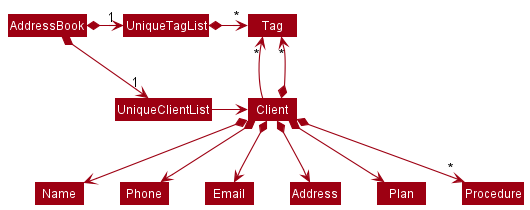
This is docs/images/BetterModelClassDiagram.png from nus-cs2103-AY2122S2/tp, a PlantUML export, as it was before one commit.
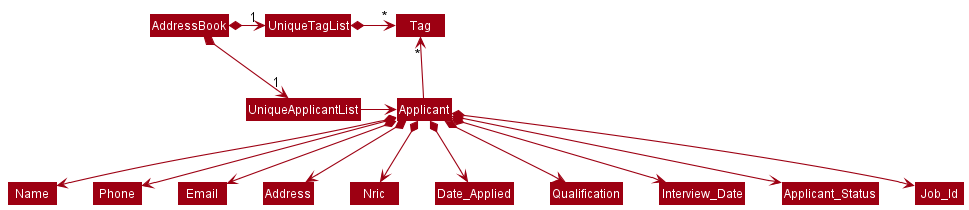
After the commit.

Diff of the diagram source:
```diff
@@ -4,21 +4,24 @@
 skinparam arrowColor MODEL_COLOR
 skinparam classBackgroundColor MODEL_COLOR
 
-AddressBook *-right-> "1" UniqueClientList
+AddressBook *-right-> "1" UniqueApplicantList
 AddressBook *-right-> "1" UniqueTagList
-UniqueTagList -[hidden]down- UniqueClientList
-UniqueTagList -[hidden]down- UniqueClientList
+UniqueTagList -[hidden]down- UniqueApplicantList
+UniqueTagList -[hidden]down- UniqueApplicantList
 
 UniqueTagList *-right-> "*" Tag
-UniqueClientList -right-> Client
+UniqueApplicantList -right-> Applicant
 
-Client -up-> "*" Tag
+Applicant -up-> "*" Tag
 
-Client *--> Name
-Client *--> Phone
-Client *--> Email
-Client *--> Address
-Client *--> Plan
-Client *--> "*" Tag
-Client *--> "*" Procedure
+Applicant *--> Name
+Applicant *--> Phone
+Applicant *--> Email
+Applicant *--> Address
+Applicant *--> Nric
+Applicant *--> Date_Applied
+Applicant *--> Qualification
+Applicant *--> Interview_Date
+Applicant *--> Applicant_Status
+Applicant *--> Job_Id
 @enduml
```
